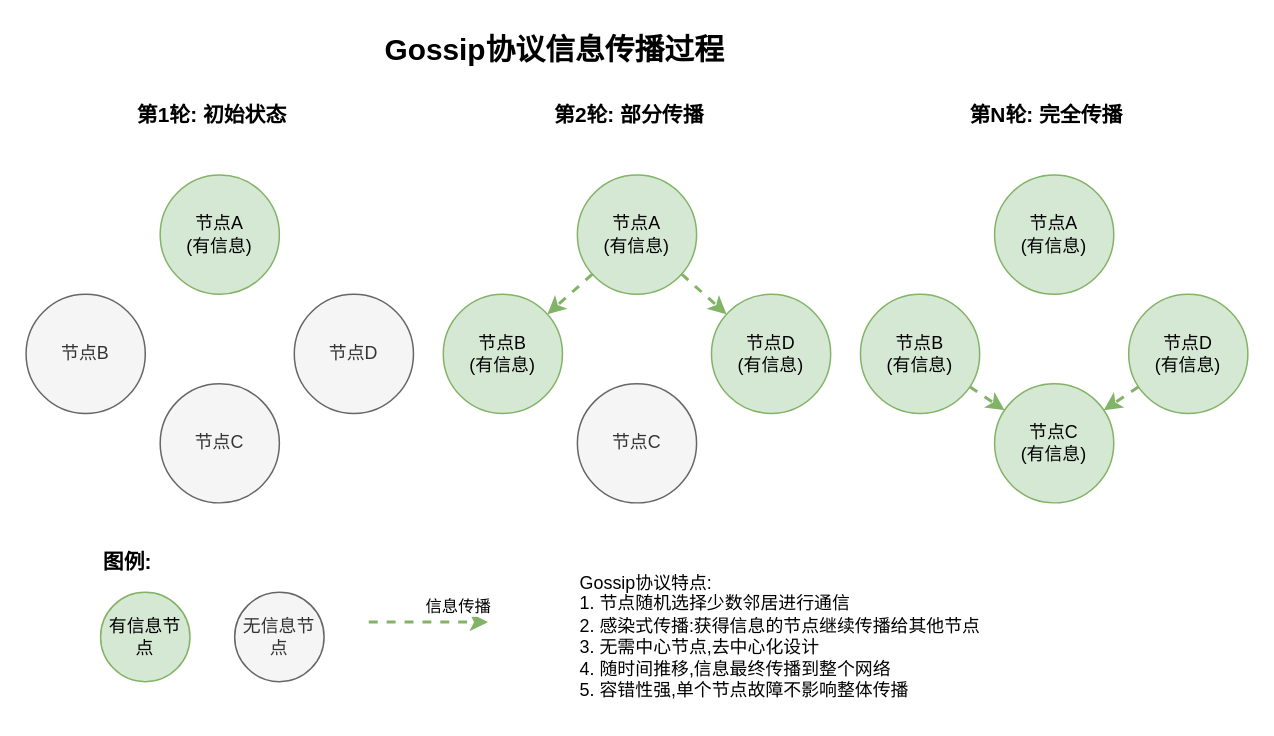
hanzug/draw.io keeps this draw.io diagram as projects/Gossip协议信息传播示意图.drawio. Above is the earlier version. Source tidied: cells renumbered, new cells numbered last; positions are measured from the earlier drawing's top-left corner, leaving out a move shared by most shapes. Both pictures are drawn from the tidied source at 149%, with x=0, y=0 at pixel (25, 25).
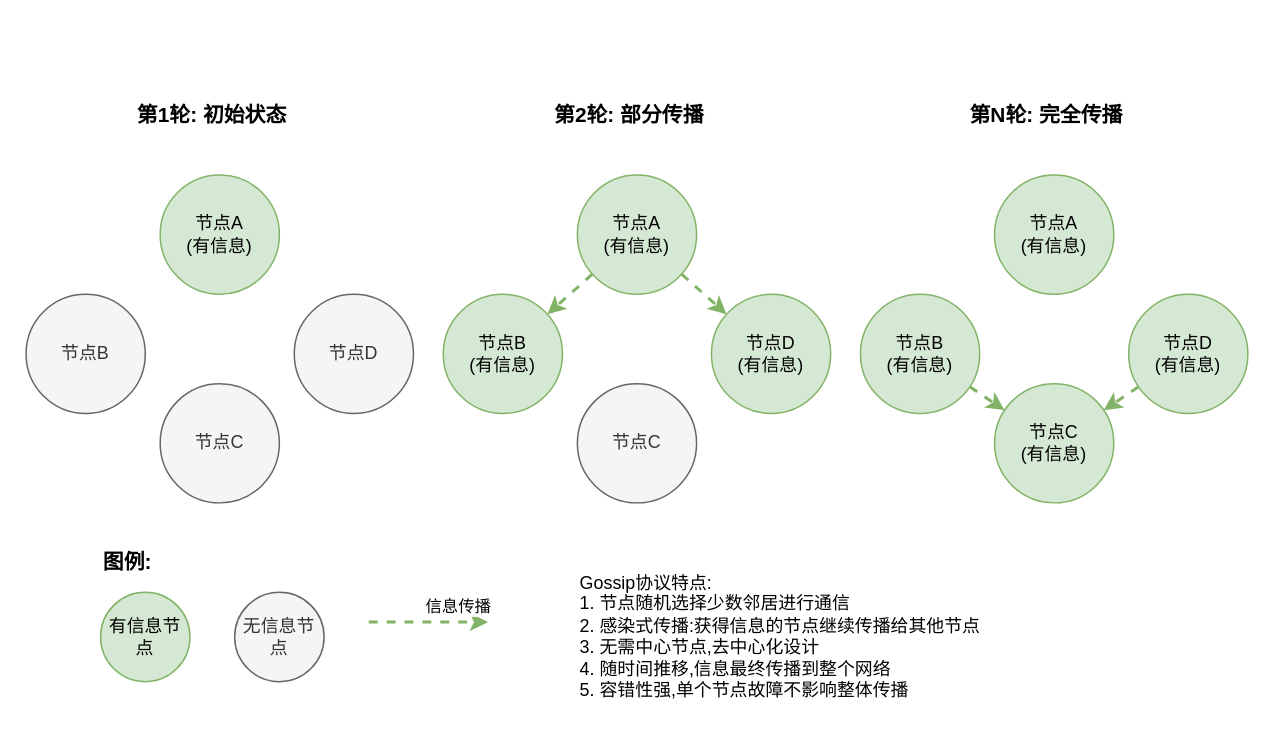
The same diagram, later.

Commit message (it also covers changes not shown here):
更新Gossip协议信息传播示意图.drawio

Change to the diagram source:
```diff
@@
-    <mxCell id="2" value="Gossip协议信息传播过程" style="text;html=1;strokeColor=none;fillColor=none;align=center;verticalAlign=middle;whiteSpace=wrap;rounded=0;fontSize=20;fontStyle=1;" parent="1" vertex="1">
-      <mxGeometry x="200" width="310" height="30" as="geometry" />
-    </mxCell>
```
